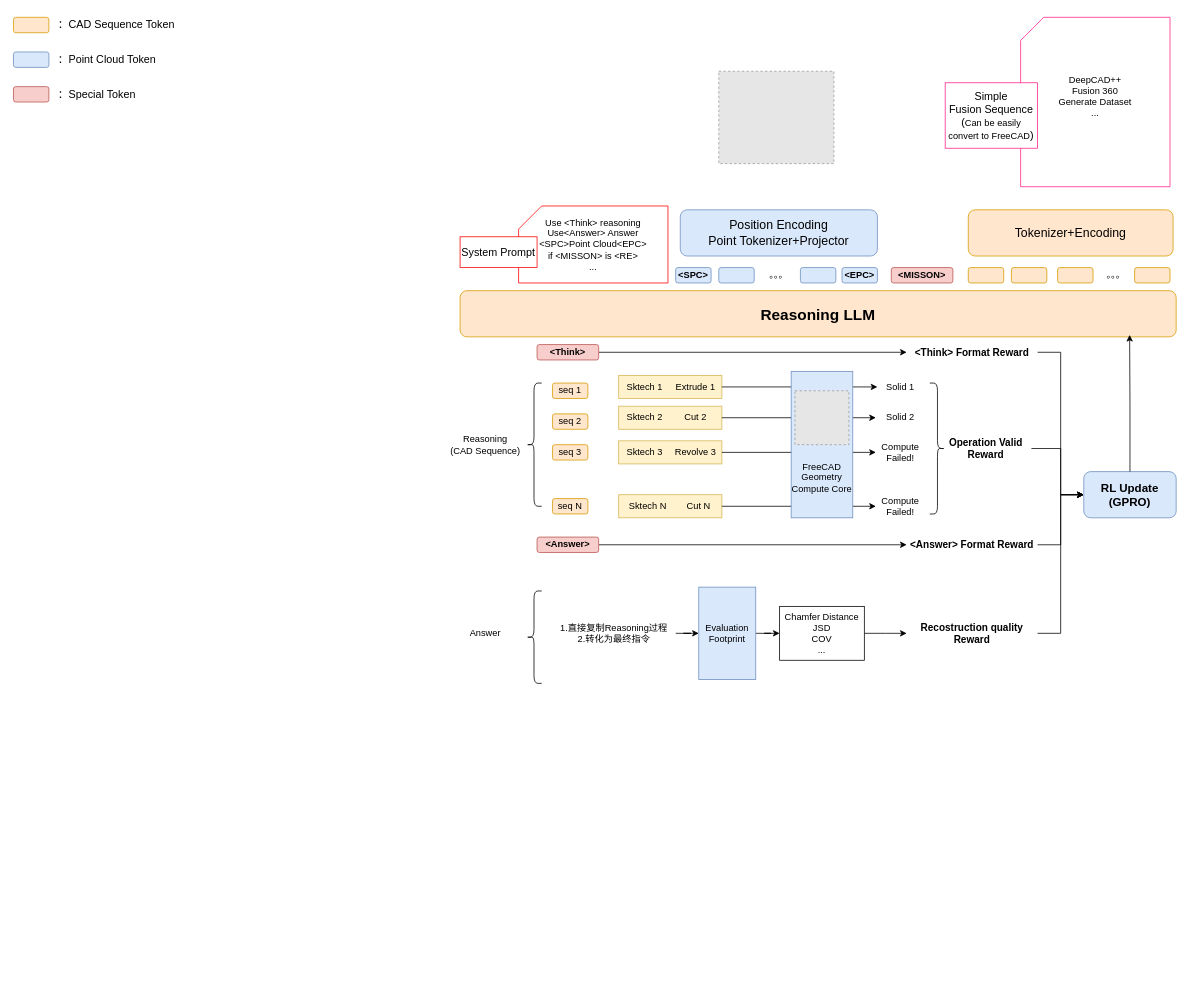
The draw.io diagram ReasonCAD-pipeline.drawio in spaceboy202105/img, before the edit. Source tidied: cells renumbered, new cells numbered last; positions are measured from the earlier drawing's top-left corner, leaving out a move shared by most shapes. Both pictures are drawn from the tidied source at 77%, with x=0, y=0 at pixel (13, 13). Pictures stored in the file or linked from it are replaced by grey dashed boxes.
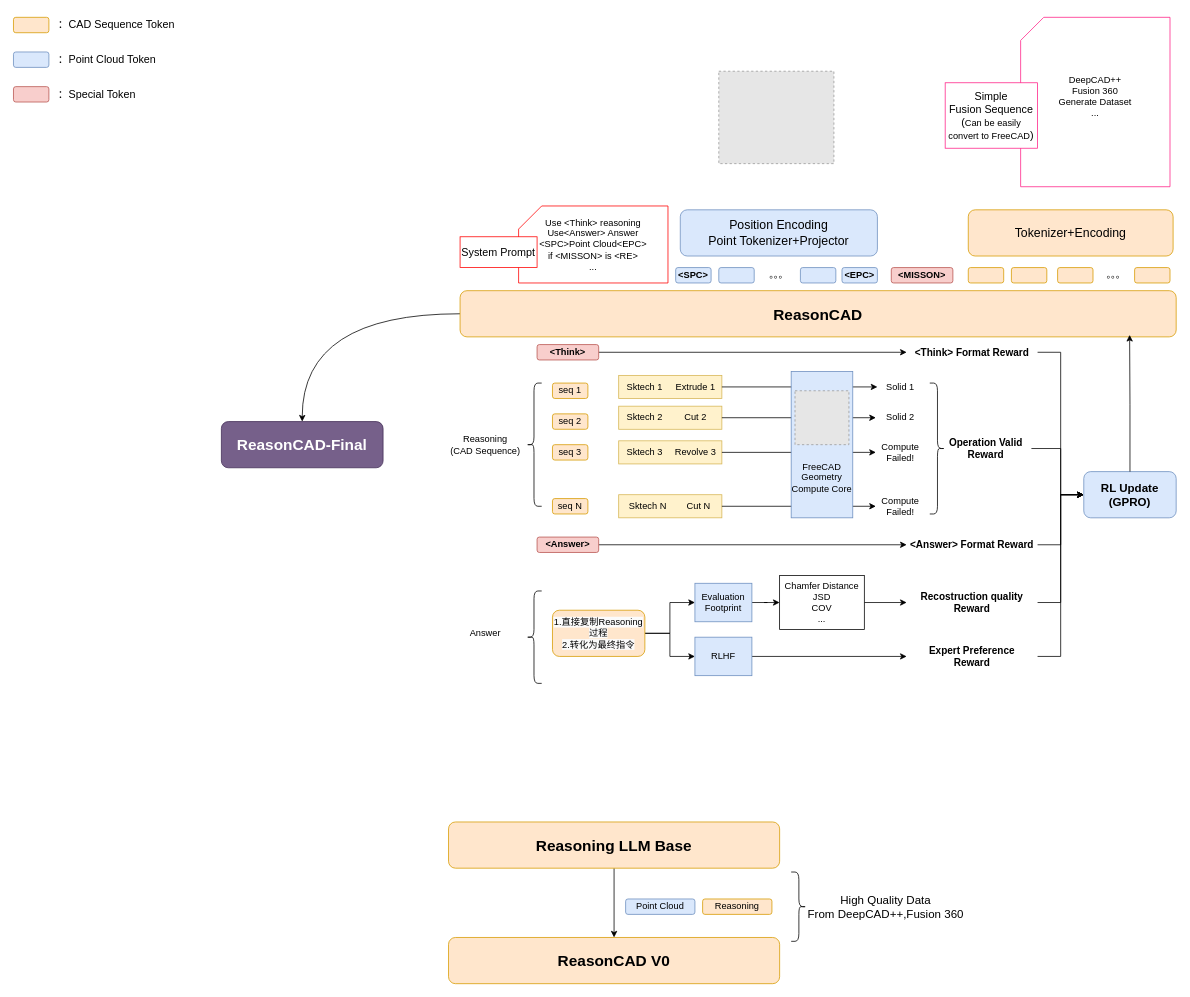
After the change.

Unchanged cells that the change refers to:
```xml
<mxCell id="49" value="&lt;font style=&quot;font-size: 15px;&quot;&gt;&lt;b&gt;RL Update&lt;br&gt;(GPRO)&lt;/b&gt;&lt;/font&gt;" style="rounded=1;whiteSpace=wrap;html=1;fillColor=#dae8fc;strokeColor=#6c8ebf;" parent="1" vertex="1">
  <mxGeometry x="1390" y="595" width="120" height="60" as="geometry" />
</mxCell>
```

The edit, as a diff of the source:
```diff
@@
+    <mxCell id="78" style="edgeStyle=orthogonalEdgeStyle;rounded=0;jettySize=auto;html=1;exitX=0;exitY=0.5;exitDx=0;exitDy=0;entryX=0.5;entryY=0;entryDx=0;entryDy=0;curved=1;" parent="1" edge="1" source="6" target="88">
+      <mxGeometry relative="1" as="geometry" />
+    </mxCell>
-    <mxCell id="6" value="&lt;font style=&quot;font-size: 20px;&quot;&gt;&lt;b&gt;Reasoning LLM&lt;/b&gt;&lt;/font&gt;" style="rounded=1;whiteSpace=wrap;html=1;fillColor=#ffe6cc;strokeColor=#d79b00;" parent="1" vertex="1">
+    <mxCell id="6" value="&lt;font style=&quot;font-size: 20px;&quot;&gt;&lt;b&gt;ReasonCAD&lt;/b&gt;&lt;/font&gt;" style="rounded=1;whiteSpace=wrap;html=1;fillColor=#ffe6cc;strokeColor=#d79b00;" parent="1" vertex="1">
       <mxGeometry x="580" y="360" width="930" height="60" as="geometry" />
     </mxCell>
@@
-    <mxCell id="52" style="edgeStyle=orthogonalEdgeStyle;rounded=0;jettySize=auto;html=1;" parent="1" edge="1" source="53" target="73">
-      <mxGeometry relative="1" as="geometry" />
-    </mxCell>
-    <mxCell id="53" value="1.直接复制Reasoning过程&lt;br&gt;2.转化为最终指令" style="text;html=1;align=center;verticalAlign=middle;whiteSpace=wrap;rounded=0;" parent="1" vertex="1">
-      <mxGeometry x="700" y="740" width="160" height="130" as="geometry" />
-    </mxCell>
@@
     <mxCell id="73" value="&lt;div&gt;Evaluation&lt;/div&gt;&lt;div&gt;Footprint&lt;/div&gt;" style="rounded=0;whiteSpace=wrap;html=1;fillColor=#dae8fc;strokeColor=#6c8ebf;" parent="1" vertex="1">
-      <mxGeometry x="890" y="745" width="74" height="120" as="geometry" />
+      <mxGeometry x="885" y="740" width="74" height="50" as="geometry" />
     </mxCell>
-    <mxCell id="74" style="edgeStyle=orthogonalEdgeStyle;rounded=0;jettySize=auto;html=1;" parent="1" edge="1" source="75">
-      <mxGeometry relative="1" as="geometry">
-        <mxPoint x="1160" y="805" as="targetPoint" />
-      </mxGeometry>
-    </mxCell>
+    <mxCell id="79" style="edgeStyle=orthogonalEdgeStyle;rounded=0;jettySize=auto;html=1;" parent="1" edge="1" source="75" target="77">
+      <mxGeometry relative="1" as="geometry" />
+    </mxCell>
     <mxCell id="75" value="&lt;div&gt;Chamfer Distance&lt;br&gt;JSD&lt;/div&gt;&lt;div&gt;COV&lt;/div&gt;&lt;div&gt;...&lt;/div&gt;" style="rounded=0;whiteSpace=wrap;html=1;strokeColor=default;" parent="1" vertex="1">
-      <mxGeometry x="995" y="770" width="110" height="70" as="geometry" />
+      <mxGeometry x="995" y="730" width="110" height="70" as="geometry" />
     </mxCell>
@@
     <mxCell id="77" value="&lt;span style=&quot;font-size: 13px;&quot;&gt;&lt;b&gt;Recostruction quality&lt;br&gt;Reward&lt;/b&gt;&lt;/span&gt;" style="text;html=1;align=center;verticalAlign=middle;whiteSpace=wrap;rounded=0;" parent="1" vertex="1">
-      <mxGeometry x="1160" y="790" width="170" height="30" as="geometry" />
+      <mxGeometry x="1160" y="750" width="170" height="30" as="geometry" />
     </mxCell>
+    <mxCell id="80" style="edgeStyle=orthogonalEdgeStyle;rounded=0;jettySize=auto;html=1;" parent="1" edge="1" source="81" target="82">
+      <mxGeometry relative="1" as="geometry" />
+    </mxCell>
+    <mxCell id="81" value="&lt;font style=&quot;font-size: 20px;&quot;&gt;&lt;b&gt;Reasoning LLM Base&lt;/b&gt;&lt;/font&gt;" style="rounded=1;whiteSpace=wrap;html=1;fillColor=#ffe6cc;strokeColor=#d79b00;" parent="1" vertex="1">
+      <mxGeometry x="565" y="1050" width="430" height="60" as="geometry" />
+    </mxCell>
+    <mxCell id="82" value="&lt;font style=&quot;font-size: 20px;&quot;&gt;&lt;b&gt;ReasonCAD V0&lt;/b&gt;&lt;/font&gt;" style="rounded=1;whiteSpace=wrap;html=1;fillColor=#ffe6cc;strokeColor=#d79b00;" parent="1" vertex="1">
+      <mxGeometry x="565" y="1200" width="430" height="60" as="geometry" />
+    </mxCell>
+    <mxCell id="83" value="Reasoning" style="rounded=1;whiteSpace=wrap;html=1;fillColor=#ffe6cc;strokeColor=#d79b00;" parent="1" vertex="1">
+      <mxGeometry x="895" y="1150" width="90" height="20" as="geometry" />
+    </mxCell>
+    <mxCell id="84" value="Point Cloud" style="rounded=1;whiteSpace=wrap;html=1;fillColor=#dae8fc;strokeColor=#6c8ebf;" parent="1" vertex="1">
+      <mxGeometry x="795" y="1150" width="90" height="20" as="geometry" />
+    </mxCell>
+    <mxCell id="52" style="edgeStyle=orthogonalEdgeStyle;rounded=0;jettySize=auto;html=1;" parent="1" edge="1" source="53" target="73">
+      <mxGeometry relative="1" as="geometry" />
+    </mxCell>
+    <mxCell id="85" style="edgeStyle=orthogonalEdgeStyle;rounded=0;jettySize=auto;html=1;exitX=1;exitY=0.5;exitDx=0;exitDy=0;entryX=0;entryY=0.5;entryDx=0;entryDy=0;" parent="1" edge="1" source="53" target="90">
+      <mxGeometry relative="1" as="geometry" />
+    </mxCell>
+    <mxCell id="53" value="&lt;span style=&quot;color: rgb(0, 0, 0); font-family: Helvetica; font-size: 12px; font-style: normal; font-variant-ligatures: normal; font-variant-caps: normal; font-weight: 400; letter-spacing: normal; orphans: 2; text-align: center; text-indent: 0px; text-transform: none; widows: 2; word-spacing: 0px; -webkit-text-stroke-width: 0px; white-space: normal; background-color: rgb(251, 251, 251); text-decoration-thickness: initial; text-decoration-style: initial; text-decoration-color: initial; float: none; display: inline !important;&quot;&gt;1.直接复制Reasoning过程&lt;/span&gt;&lt;br style=&quot;forced-color-adjust: none; color: rgb(0, 0, 0); font-family: Helvetica; font-size: 12px; font-style: normal; font-variant-ligatures: normal; font-variant-caps: normal; font-weight: 400; letter-spacing: normal; orphans: 2; text-align: center; text-indent: 0px; text-transform: none; widows: 2; word-spacing: 0px; -webkit-text-stroke-width: 0px; white-space: normal; background-color: rgb(251, 251, 251); text-decoration-thickness: initial; text-decoration-style: initial; text-decoration-color: initial;&quot;&gt;&lt;span style=&quot;color: rgb(0, 0, 0); font-family: Helvetica; font-size: 12px; font-style: normal; font-variant-ligatures: normal; font-variant-caps: normal; font-weight: 400; letter-spacing: normal; orphans: 2; text-align: center; text-indent: 0px; text-transform: none; widows: 2; word-spacing: 0px; -webkit-text-stroke-width: 0px; white-space: normal; background-color: rgb(251, 251, 251); text-decoration-thickness: initial; text-decoration-style: initial; text-decoration-color: initial; float: none; display: inline !important;&quot;&gt;2.转化为最终指令&lt;/span&gt;" style="rounded=1;whiteSpace=wrap;html=1;fillColor=#ffe6cc;strokeColor=#d79b00;" parent="1" vertex="1">
+      <mxGeometry x="700" y="775" width="120" height="60" as="geometry" />
+    </mxCell>
+    <mxCell id="86" style="shape=curlyBracket;whiteSpace=wrap;html=1;rounded=1;flipH=1;labelPosition=right;verticalLabelPosition=middle;align=left;verticalAlign=middle;" parent="1" vertex="1">
+      <mxGeometry x="1010" y="1115" width="20" height="90" as="geometry" />
+    </mxCell>
+    <mxCell id="87" value="&lt;font style=&quot;font-size: 15px;&quot;&gt;High Quality Data&lt;br&gt;From DeepCAD++,Fusion 360&lt;/font&gt;" style="text;html=1;align=center;verticalAlign=middle;whiteSpace=wrap;rounded=0;" parent="1" vertex="1">
+      <mxGeometry x="1030" y="1145" width="206" height="30" as="geometry" />
+    </mxCell>
+    <mxCell id="88" value="&lt;b style=&quot;font-size: 20px;&quot;&gt;ReasonCAD-Final&lt;/b&gt;" style="rounded=1;whiteSpace=wrap;html=1;fillColor=#76608a;fontColor=#ffffff;strokeColor=#432D57;" parent="1" vertex="1">
+      <mxGeometry x="270" y="530" width="210" height="60" as="geometry" />
+    </mxCell>
+    <mxCell id="89" style="edgeStyle=orthogonalEdgeStyle;rounded=0;jettySize=auto;html=1;entryX=0;entryY=0.5;entryDx=0;entryDy=0;" parent="1" edge="1" source="90" target="92">
+      <mxGeometry relative="1" as="geometry" />
+    </mxCell>
+    <mxCell id="90" value="&lt;div&gt;RLHF&lt;/div&gt;" style="rounded=0;whiteSpace=wrap;html=1;fillColor=#dae8fc;strokeColor=#6c8ebf;" parent="1" vertex="1">
+      <mxGeometry x="885" y="810" width="74" height="50" as="geometry" />
+    </mxCell>
+    <mxCell id="91" style="edgeStyle=orthogonalEdgeStyle;rounded=0;jettySize=auto;html=1;entryX=0;entryY=0.5;entryDx=0;entryDy=0;" parent="1" edge="1" source="92" target="49">
+      <mxGeometry relative="1" as="geometry" />
+    </mxCell>
+    <mxCell id="92" value="&lt;span style=&quot;font-size: 13px;&quot;&gt;&lt;b&gt;Expert Preference&lt;br&gt;Reward&lt;/b&gt;&lt;/span&gt;" style="text;html=1;align=center;verticalAlign=middle;whiteSpace=wrap;rounded=0;" parent="1" vertex="1">
+      <mxGeometry x="1160" y="820" width="170" height="30" as="geometry" />
+    </mxCell>
```
